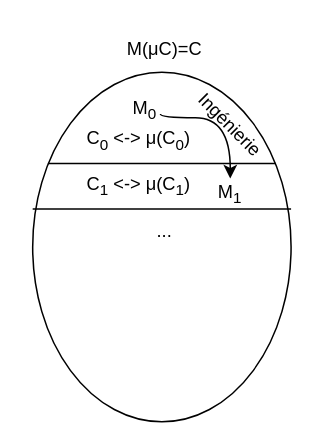
Earlier version of the draw.io diagram diagramme/machine_evolution_ingenerie.drawio (mathben/memoire_generateur_code_2023). Source tidied: cells renumbered, new cells numbered last; positions are measured from the earlier drawing's top-left corner, leaving out a move shared by most shapes. Both pictures are drawn from the tidied source at 152%, with x=0, y=0 at pixel (32, 26).
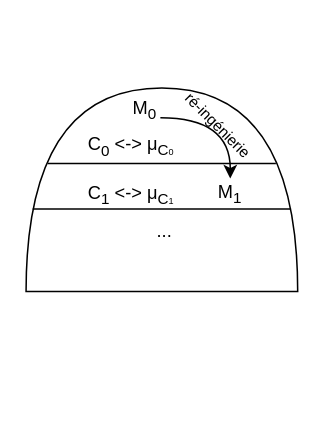
After the change.

Commit message (it also covers changes not shown here):
[UPD] all + new achitecture machine

Change to the diagram source:
```diff
@@
 <mxGraphModel>
   <root>
     <mxCell id="0" />
     <mxCell id="1" parent="0" />
-    <mxCell id="2" style="ellipse;whiteSpace=wrap;html=1;" parent="1" vertex="1">
-      <mxGeometry y="30" width="170" height="230" as="geometry" />
-    </mxCell>
+    <mxCell id="13" style="shape=or;whiteSpace=wrap;html=1;rotation=-90;" parent="1" vertex="1">
+      <mxGeometry x="18" y="18" width="134" height="178.7" as="geometry" />
+    </mxCell>
-    <mxCell id="3" value="C&lt;sub&gt;0&lt;/sub&gt; &amp;lt;-&amp;gt; μ(C&lt;sub&gt;0&lt;/sub&gt;)" style="text;html=1;strokeColor=none;fillColor=none;align=center;verticalAlign=middle;whiteSpace=wrap;rounded=0;" parent="1" vertex="1">
-      <mxGeometry x="30" y="60" width="80" height="30" as="geometry" />
+    <mxCell id="3" value="C&lt;sub&gt;0&lt;/sub&gt; &amp;lt;-&amp;gt; μ&lt;sub&gt;C&lt;font style=&quot;font-size: 9px;&quot;&gt;&lt;font style=&quot;font-size: 8px;&quot;&gt;&lt;font style=&quot;font-size: 7px;&quot;&gt;&lt;font style=&quot;font-size: 6px;&quot;&gt;0&lt;/font&gt;&lt;/font&gt;&lt;/font&gt;&lt;/font&gt;&lt;/sub&gt;" style="text;html=1;strokeColor=none;fillColor=none;align=center;verticalAlign=middle;whiteSpace=wrap;rounded=0;" parent="1" vertex="1">
+      <mxGeometry x="25" y="64" width="80" height="30" as="geometry" />
     </mxCell>
-    <mxCell id="4" value="C&lt;sub&gt;1&lt;/sub&gt; &amp;lt;-&amp;gt; μ(C&lt;sub&gt;1&lt;/sub&gt;)" style="text;html=1;strokeColor=none;fillColor=none;align=center;verticalAlign=middle;whiteSpace=wrap;rounded=0;" parent="1" vertex="1">
-      <mxGeometry x="30" y="90" width="80" height="30" as="geometry" />
-    </mxCell>
-    <mxCell id="5" value="M(μC)=C " style="text;html=1;strokeColor=none;fillColor=none;align=center;verticalAlign=middle;whiteSpace=wrap;rounded=0;" parent="1" vertex="1">
-      <mxGeometry x="54" width="66" height="30" as="geometry" />
-    </mxCell>
     <mxCell id="6" style="endArrow=none;html=1;rounded=0;" parent="1" edge="1">
       <mxGeometry relative="1" as="geometry">
         <mxPoint x="10" y="90" as="sourcePoint" />
         <mxPoint x="160" y="90" as="targetPoint" />
       </mxGeometry>
     </mxCell>
-    <mxCell id="7" value="Ingénierie" style="text;html=1;strokeColor=none;fillColor=none;align=center;verticalAlign=middle;whiteSpace=wrap;rounded=0;rotation=45;" parent="1" vertex="1">
-      <mxGeometry x="100" y="50" width="60" height="30" as="geometry" />
+    <mxCell id="7" value="ré-ingénierie" style="text;html=1;strokeColor=none;fillColor=none;align=center;verticalAlign=middle;whiteSpace=wrap;rounded=0;rotation=45;fontSize=10;" parent="1" vertex="1">
+      <mxGeometry x="84" y="50" width="77" height="30" as="geometry" />
     </mxCell>
-    <mxCell id="8" style="edgeStyle=orthogonalEdgeStyle;rounded=0;jettySize=auto;html=1;curved=1;exitX=1;exitY=0.75;exitDx=0;exitDy=0;entryX=0.5;entryY=0;entryDx=0;entryDy=0;" parent="1" edge="1" source="9" target="10">
+    <mxCell id="8" style="edgeStyle=orthogonalEdgeStyle;rounded=0;jettySize=auto;html=1;curved=1;exitX=1;exitY=1;exitDx=0;exitDy=0;entryX=0.5;entryY=0;entryDx=0;entryDy=0;" parent="1" edge="1" source="9" target="10">
       <mxGeometry relative="1" as="geometry">
         <Array as="points">
           <mxPoint x="84" y="60" />
           <mxPoint x="130" y="60" />
         </Array>
       </mxGeometry>
     </mxCell>
     <mxCell id="9" value="M&lt;sub&gt;0&lt;/sub&gt;" style="text;html=1;strokeColor=none;fillColor=none;align=center;verticalAlign=middle;whiteSpace=wrap;rounded=0;" parent="1" vertex="1">
       <mxGeometry x="64" y="50" width="20" height="10" as="geometry" />
     </mxCell>
     <mxCell id="10" value="M&lt;sub&gt;1&lt;/sub&gt;" style="text;html=1;strokeColor=none;fillColor=none;align=center;verticalAlign=middle;whiteSpace=wrap;rounded=0;" parent="1" vertex="1">
       <mxGeometry x="120" y="100" width="20" height="20" as="geometry" />
     </mxCell>
     <mxCell id="11" style="endArrow=none;html=1;rounded=0;curved=1;" parent="1" edge="1">
       <mxGeometry relative="1" as="geometry">
         <mxPoint y="120" as="sourcePoint" />
         <mxPoint x="170" y="120" as="targetPoint" />
       </mxGeometry>
     </mxCell>
     <mxCell id="12" value="..." style="text;html=1;strokeColor=none;fillColor=none;align=center;verticalAlign=middle;whiteSpace=wrap;rounded=0;" parent="1" vertex="1">
       <mxGeometry x="57" y="120" width="60" height="30" as="geometry" />
     </mxCell>
+    <mxCell id="14" value="C&lt;sub&gt;1&lt;/sub&gt; &amp;lt;-&amp;gt; μ&lt;sub&gt;C&lt;font style=&quot;font-size: 9px;&quot;&gt;&lt;font style=&quot;font-size: 8px;&quot;&gt;&lt;font style=&quot;font-size: 7px;&quot;&gt;&lt;font style=&quot;font-size: 6px;&quot;&gt;1&lt;/font&gt;&lt;/font&gt;&lt;/font&gt;&lt;/font&gt;&lt;/sub&gt;" style="text;html=1;strokeColor=none;fillColor=none;align=center;verticalAlign=middle;whiteSpace=wrap;rounded=0;" parent="1" vertex="1">
+      <mxGeometry x="25" y="96" width="80" height="30" as="geometry" />
+    </mxCell>
   </root>
 </mxGraphModel>
```
